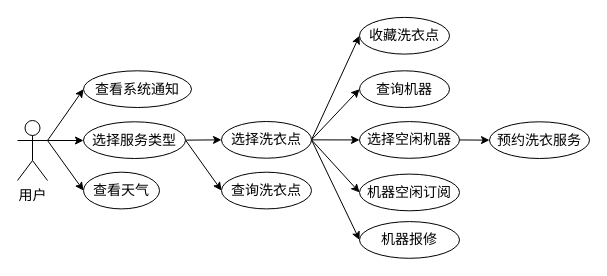
mochaDMQ/myPicture keeps this draw.io diagram as 洗衣服务模块.drawio. Above is the earlier version. Source tidied: cells renumbered, new cells numbered last; positions are measured from the earlier drawing's top-left corner, leaving out a move shared by most shapes. Both pictures are drawn from the tidied source at 100%, with x=0, y=0 at pixel (17, 17).
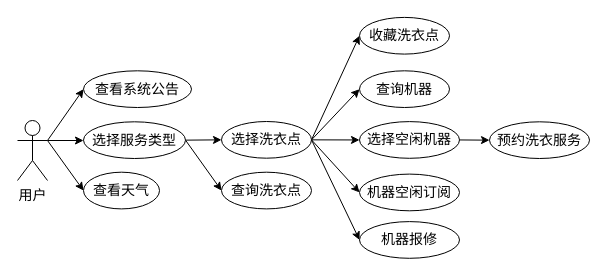
The same diagram, later.

Commit message:
更新洗衣服务模块.drawio

Diff of the diagram source:
```diff
@@
-    <mxCell id="6" value="查看系统通知" style="ellipse;whiteSpace=wrap;html=1;fontFamily=宋体;fontSize=14;" parent="1" vertex="1">
+    <mxCell id="6" value="查看系统公告" style="ellipse;whiteSpace=wrap;html=1;fontFamily=宋体;fontSize=14;" parent="1" vertex="1">
       <mxGeometry x="66" y="53.3" width="108" height="36.7" as="geometry" />
     </mxCell>
```
